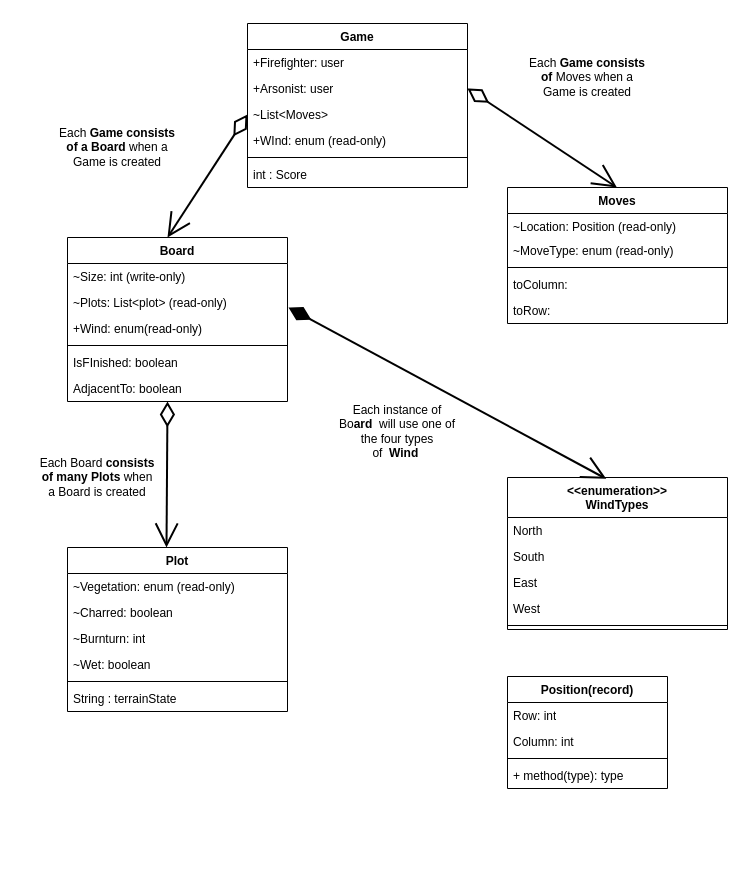
This is docs/work/Server-Firemen-UML.drawio from ddc-java-19/fireman, a draw.io file, before an edit. Source tidied: cells renumbered, new cells numbered last; positions are measured from the earlier drawing's top-left corner, leaving out a move shared by most shapes. Both pictures are drawn from the tidied source at 100%, with x=0, y=0 at pixel (37, 23).
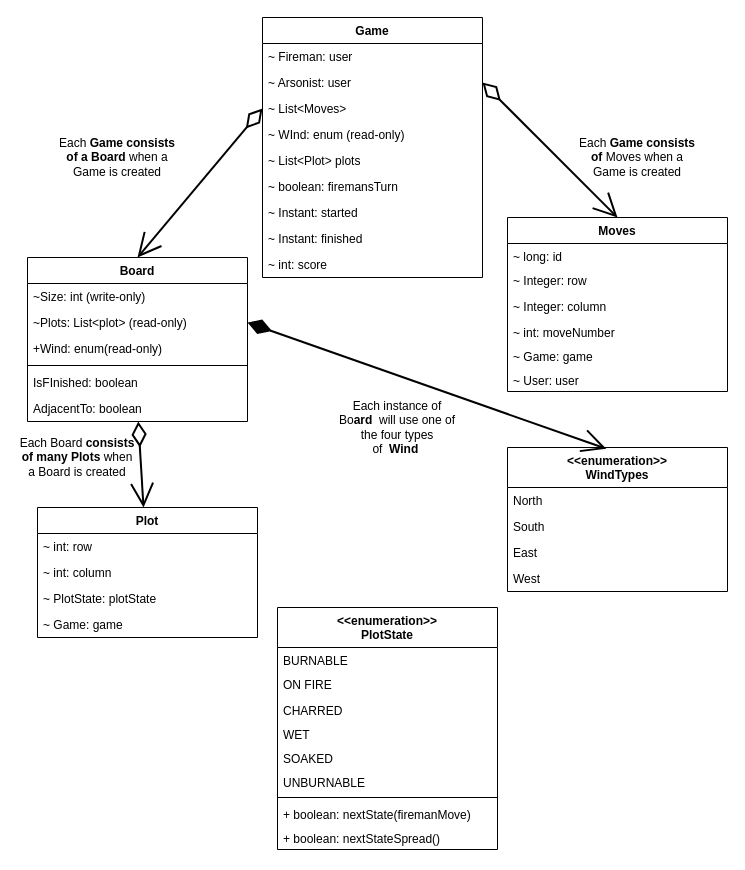
The same diagram, later.

The change refers to these unchanged cells:
```xml
<mxCell id="17" value="~Plots: List&amp;lt;plot&amp;gt; (read-only)" style="text;strokeColor=none;fillColor=none;align=left;verticalAlign=top;spacingLeft=4;spacingRight=4;overflow=hidden;points=[[0,0.5],[1,0.5]];portConstraint=eastwest;whiteSpace=wrap;html=1;" parent="15" vertex="1">
  <mxGeometry y="52" width="220" height="26" as="geometry" />
</mxCell>
<mxCell id="21" value="AdjacentTo: boolean" style="text;strokeColor=none;fillColor=none;align=left;verticalAlign=top;spacingLeft=4;spacingRight=4;overflow=hidden;points=[[0,0.5],[1,0.5]];portConstraint=eastwest;whiteSpace=wrap;html=1;" parent="15" vertex="1">
  <mxGeometry y="138" width="220" height="26" as="geometry" />
</mxCell>
```

Change to the diagram source:
```diff
@@
     <mxCell id="2" value="Moves" style="swimlane;fontStyle=1;align=center;verticalAlign=top;horizontal=1;startSize=26;whiteSpace=wrap;html=1;" parent="1" vertex="1">
-      <mxGeometry x="470" y="164" width="220" height="136" as="geometry" />
+      <mxGeometry x="470" y="194" width="220" height="174" as="geometry" />
     </mxCell>
-    <mxCell id="3" value="~Location: Position (read-only)" style="text;strokeColor=none;fillColor=none;align=left;verticalAlign=top;spacingLeft=4;spacingRight=4;overflow=hidden;whiteSpace=wrap;html=1;" parent="2" vertex="1">
+    <mxCell id="3" value="~ long: id" style="text;strokeColor=none;fillColor=none;align=left;verticalAlign=top;spacingLeft=4;spacingRight=4;overflow=hidden;whiteSpace=wrap;html=1;" parent="2" vertex="1">
       <mxGeometry y="26" width="220" height="24" as="geometry" />
     </mxCell>
-    <mxCell id="4" value="~MoveType: enum (read-only)" style="text;strokeColor=none;fillColor=none;align=left;verticalAlign=top;spacingLeft=4;spacingRight=4;overflow=hidden;whiteSpace=wrap;html=1;" parent="2" vertex="1">
-      <mxGeometry y="50" width="220" height="26" as="geometry" />
-    </mxCell>
-    <mxCell id="5" style="line;strokeWidth=1;fillColor=none;align=left;verticalAlign=middle;spacingTop=-1;spacingLeft=3;spacingRight=3;labelPosition=right;strokeColor=inherit;" parent="2" vertex="1">
-      <mxGeometry y="76" width="220" height="8" as="geometry" />
-    </mxCell>
-    <mxCell id="6" value="toColumn:" style="text;strokeColor=none;fillColor=none;align=left;verticalAlign=top;spacingLeft=4;spacingRight=4;overflow=hidden;whiteSpace=wrap;html=1;" parent="2" vertex="1">
-      <mxGeometry y="84" width="220" height="26" as="geometry" />
+    <mxCell id="6" value="~ Integer: row" style="text;strokeColor=none;fillColor=none;align=left;verticalAlign=top;spacingLeft=4;spacingRight=4;overflow=hidden;whiteSpace=wrap;html=1;" parent="2" vertex="1">
+      <mxGeometry y="50" width="220" height="26" as="geometry" />
     </mxCell>
-    <mxCell id="7" value="toRow:&amp;nbsp;" style="text;strokeColor=none;fillColor=none;align=left;verticalAlign=top;spacingLeft=4;spacingRight=4;overflow=hidden;whiteSpace=wrap;html=1;" parent="2" vertex="1">
-      <mxGeometry y="110" width="220" height="26" as="geometry" />
+    <mxCell id="7" value="~ Integer: column" style="text;strokeColor=none;fillColor=none;align=left;verticalAlign=top;spacingLeft=4;spacingRight=4;overflow=hidden;whiteSpace=wrap;html=1;" parent="2" vertex="1">
+      <mxGeometry y="76" width="220" height="26" as="geometry" />
     </mxCell>
+    <mxCell id="48" value="~ int: moveNumber" style="text;strokeColor=none;fillColor=none;align=left;verticalAlign=top;spacingLeft=4;spacingRight=4;overflow=hidden;whiteSpace=wrap;html=1;" parent="2" vertex="1">
+      <mxGeometry y="102" width="220" height="24" as="geometry" />
+    </mxCell>
+    <mxCell id="49" value="~ Game: game" style="text;strokeColor=none;fillColor=none;align=left;verticalAlign=top;spacingLeft=4;spacingRight=4;overflow=hidden;whiteSpace=wrap;html=1;" parent="2" vertex="1">
+      <mxGeometry y="126" width="220" height="24" as="geometry" />
+    </mxCell>
+    <mxCell id="50" value="~ User: user" style="text;strokeColor=none;fillColor=none;align=left;verticalAlign=top;spacingLeft=4;spacingRight=4;overflow=hidden;whiteSpace=wrap;html=1;" parent="2" vertex="1">
+      <mxGeometry y="150" width="220" height="24" as="geometry" />
+    </mxCell>
     <mxCell id="8" value="Game" style="swimlane;fontStyle=1;align=center;verticalAlign=top;horizontal=1;startSize=26;whiteSpace=wrap;html=1;" parent="1" vertex="1">
-      <mxGeometry x="210" width="220" height="164" as="geometry" />
+      <mxGeometry x="225" y="-6" width="220" height="260" as="geometry" />
     </mxCell>
-    <mxCell id="9" value="+Firefighter: user" style="text;strokeColor=none;fillColor=none;align=left;verticalAlign=top;spacingLeft=4;spacingRight=4;overflow=hidden;whiteSpace=wrap;html=1;" parent="8" vertex="1">
+    <mxCell id="9" value="~ Fireman: user" style="text;strokeColor=none;fillColor=none;align=left;verticalAlign=top;spacingLeft=4;spacingRight=4;overflow=hidden;whiteSpace=wrap;html=1;" parent="8" vertex="1">
       <mxGeometry y="26" width="220" height="26" as="geometry" />
     </mxCell>
-    <mxCell id="10" value="+Arsonist: user" style="text;strokeColor=none;fillColor=none;align=left;verticalAlign=top;spacingLeft=4;spacingRight=4;overflow=hidden;points=[[0,0.5],[1,0.5]];portConstraint=eastwest;whiteSpace=wrap;html=1;" parent="8" vertex="1">
+    <mxCell id="10" value="~ Arsonist: user" style="text;strokeColor=none;fillColor=none;align=left;verticalAlign=top;spacingLeft=4;spacingRight=4;overflow=hidden;points=[[0,0.5],[1,0.5]];portConstraint=eastwest;whiteSpace=wrap;html=1;" parent="8" vertex="1">
       <mxGeometry y="52" width="220" height="26" as="geometry" />
     </mxCell>
-    <mxCell id="11" value="~List&amp;lt;Moves&amp;gt;" style="text;strokeColor=none;fillColor=none;align=left;verticalAlign=top;spacingLeft=4;spacingRight=4;overflow=hidden;points=[[0,0.5],[1,0.5]];portConstraint=eastwest;whiteSpace=wrap;html=1;" parent="8" vertex="1">
+    <mxCell id="11" value="~ List&amp;lt;Moves&amp;gt;" style="text;strokeColor=none;fillColor=none;align=left;verticalAlign=top;spacingLeft=4;spacingRight=4;overflow=hidden;points=[[0,0.5],[1,0.5]];portConstraint=eastwest;whiteSpace=wrap;html=1;" parent="8" vertex="1">
       <mxGeometry y="78" width="220" height="26" as="geometry" />
     </mxCell>
-    <mxCell id="12" value="+WInd: enum (read-only)" style="text;strokeColor=none;fillColor=none;align=left;verticalAlign=top;spacingLeft=4;spacingRight=4;overflow=hidden;whiteSpace=wrap;html=1;" parent="8" vertex="1">
+    <mxCell id="12" value="~ WInd: enum (read-only)" style="text;strokeColor=none;fillColor=none;align=left;verticalAlign=top;spacingLeft=4;spacingRight=4;overflow=hidden;whiteSpace=wrap;html=1;" parent="8" vertex="1">
       <mxGeometry y="104" width="220" height="26" as="geometry" />
     </mxCell>
-    <mxCell id="13" style="line;strokeWidth=1;fillColor=none;align=left;verticalAlign=middle;spacingTop=-1;spacingLeft=3;spacingRight=3;labelPosition=right;strokeColor=inherit;" parent="8" vertex="1">
-      <mxGeometry y="130" width="220" height="8" as="geometry" />
-    </mxCell>
-    <mxCell id="14" value="int : Score" style="text;strokeColor=none;fillColor=none;align=left;verticalAlign=top;spacingLeft=4;spacingRight=4;overflow=hidden;whiteSpace=wrap;html=1;" parent="8" vertex="1">
-      <mxGeometry y="138" width="220" height="26" as="geometry" />
-    </mxCell>
+    <mxCell id="51" value="~ List&amp;lt;Plot&amp;gt; plots" style="text;strokeColor=none;fillColor=none;align=left;verticalAlign=top;spacingLeft=4;spacingRight=4;overflow=hidden;whiteSpace=wrap;html=1;" parent="8" vertex="1">
+      <mxGeometry y="130" width="220" height="26" as="geometry" />
+    </mxCell>
+    <mxCell id="52" value="~ boolean: firemansTurn" style="text;strokeColor=none;fillColor=none;align=left;verticalAlign=top;spacingLeft=4;spacingRight=4;overflow=hidden;whiteSpace=wrap;html=1;" parent="8" vertex="1">
+      <mxGeometry y="156" width="220" height="26" as="geometry" />
+    </mxCell>
+    <mxCell id="53" value="~ Instant: started" style="text;strokeColor=none;fillColor=none;align=left;verticalAlign=top;spacingLeft=4;spacingRight=4;overflow=hidden;whiteSpace=wrap;html=1;" parent="8" vertex="1">
+      <mxGeometry y="182" width="220" height="26" as="geometry" />
+    </mxCell>
+    <mxCell id="54" value="~ Instant: finished" style="text;strokeColor=none;fillColor=none;align=left;verticalAlign=top;spacingLeft=4;spacingRight=4;overflow=hidden;whiteSpace=wrap;html=1;" parent="8" vertex="1">
+      <mxGeometry y="208" width="220" height="26" as="geometry" />
+    </mxCell>
+    <mxCell id="55" value="~ int: score" style="text;strokeColor=none;fillColor=none;align=left;verticalAlign=top;spacingLeft=4;spacingRight=4;overflow=hidden;whiteSpace=wrap;html=1;" parent="8" vertex="1">
+      <mxGeometry y="234" width="220" height="26" as="geometry" />
+    </mxCell>
     <mxCell id="15" value="Board" style="swimlane;fontStyle=1;align=center;verticalAlign=top;horizontal=1;startSize=26;whiteSpace=wrap;html=1;" parent="1" vertex="1">
-      <mxGeometry x="30" y="214" width="220" height="164" as="geometry" />
+      <mxGeometry x="-10" y="234" width="220" height="164" as="geometry" />
     </mxCell>
@@
     <mxCell id="22" value="Plot" style="swimlane;fontStyle=1;align=center;verticalAlign=top;horizontal=1;startSize=26;whiteSpace=wrap;html=1;" parent="1" vertex="1">
-      <mxGeometry x="30" y="524" width="220" height="164" as="geometry" />
+      <mxGeometry y="484" width="220" height="130" as="geometry" />
     </mxCell>
-    <mxCell id="23" value="~Vegetation: enum (read-only)" style="text;strokeColor=none;fillColor=none;align=left;verticalAlign=top;spacingLeft=4;spacingRight=4;overflow=hidden;whiteSpace=wrap;html=1;" parent="22" vertex="1">
+    <mxCell id="23" value="~ int: row" style="text;strokeColor=none;fillColor=none;align=left;verticalAlign=top;spacingLeft=4;spacingRight=4;overflow=hidden;whiteSpace=wrap;html=1;" parent="22" vertex="1">
       <mxGeometry y="26" width="220" height="26" as="geometry" />
     </mxCell>
-    <mxCell id="24" value="~Charred: boolean" style="text;strokeColor=none;fillColor=none;align=left;verticalAlign=top;spacingLeft=4;spacingRight=4;overflow=hidden;whiteSpace=wrap;html=1;" parent="22" vertex="1">
+    <mxCell id="24" value="~ int: column" style="text;strokeColor=none;fillColor=none;align=left;verticalAlign=top;spacingLeft=4;spacingRight=4;overflow=hidden;whiteSpace=wrap;html=1;" parent="22" vertex="1">
       <mxGeometry y="52" width="220" height="26" as="geometry" />
     </mxCell>
-    <mxCell id="25" value="~Burnturn: int" style="text;strokeColor=none;fillColor=none;align=left;verticalAlign=top;spacingLeft=4;spacingRight=4;overflow=hidden;whiteSpace=wrap;html=1;" parent="22" vertex="1">
+    <mxCell id="25" value="~ PlotState: plotState" style="text;strokeColor=none;fillColor=none;align=left;verticalAlign=top;spacingLeft=4;spacingRight=4;overflow=hidden;whiteSpace=wrap;html=1;" parent="22" vertex="1">
       <mxGeometry y="78" width="220" height="26" as="geometry" />
     </mxCell>
-    <mxCell id="26" value="~Wet: boolean" style="text;strokeColor=none;fillColor=none;align=left;verticalAlign=top;spacingLeft=4;spacingRight=4;overflow=hidden;whiteSpace=wrap;html=1;" parent="22" vertex="1">
+    <mxCell id="26" value="~ Game: game" style="text;strokeColor=none;fillColor=none;align=left;verticalAlign=top;spacingLeft=4;spacingRight=4;overflow=hidden;whiteSpace=wrap;html=1;" parent="22" vertex="1">
       <mxGeometry y="104" width="220" height="26" as="geometry" />
     </mxCell>
-    <mxCell id="27" style="line;strokeWidth=1;fillColor=none;align=left;verticalAlign=middle;spacingTop=-1;spacingLeft=3;spacingRight=3;labelPosition=right;strokeColor=inherit;" parent="22" vertex="1">
-      <mxGeometry y="130" width="220" height="8" as="geometry" />
-    </mxCell>
-    <mxCell id="28" value="String : terrainState" style="text;strokeColor=none;fillColor=none;align=left;verticalAlign=top;spacingLeft=4;spacingRight=4;overflow=hidden;whiteSpace=wrap;html=1;" parent="22" vertex="1">
-      <mxGeometry y="138" width="220" height="26" as="geometry" />
-    </mxCell>
-    <mxCell id="29" value="Position(record)" style="swimlane;fontStyle=1;align=center;verticalAlign=top;horizontal=1;startSize=26;whiteSpace=wrap;html=1;" parent="1" vertex="1">
-      <mxGeometry x="470" y="653" width="160" height="112" as="geometry" />
-    </mxCell>
-    <mxCell id="30" value="Row: int" style="text;strokeColor=none;fillColor=none;align=left;verticalAlign=top;spacingLeft=4;spacingRight=4;overflow=hidden;whiteSpace=wrap;html=1;" parent="29" vertex="1">
-      <mxGeometry y="26" width="160" height="26" as="geometry" />
-    </mxCell>
-    <mxCell id="31" value="Column: int" style="text;strokeColor=none;fillColor=none;align=left;verticalAlign=top;spacingLeft=4;spacingRight=4;overflow=hidden;whiteSpace=wrap;html=1;" parent="29" vertex="1">
-      <mxGeometry y="52" width="160" height="26" as="geometry" />
-    </mxCell>
-    <mxCell id="32" style="line;strokeWidth=1;fillColor=none;align=left;verticalAlign=middle;spacingTop=-1;spacingLeft=3;spacingRight=3;labelPosition=right;strokeColor=inherit;" parent="29" vertex="1">
-      <mxGeometry y="78" width="160" height="8" as="geometry" />
-    </mxCell>
-    <mxCell id="33" value="+ method(type): type" style="text;strokeColor=none;fillColor=none;align=left;verticalAlign=top;spacingLeft=4;spacingRight=4;overflow=hidden;whiteSpace=wrap;html=1;" parent="29" vertex="1">
-      <mxGeometry y="86" width="160" height="26" as="geometry" />
-    </mxCell>
-    <mxCell id="34" style="endArrow=open;html=1;rounded=0;exitX=1;exitY=0.5;exitDx=0;exitDy=0;startArrow=diamondThin;startFill=0;strokeWidth=2;targetPerimeterSpacing=0;endSize=20;startSize=20;endFill=0;" parent="1" edge="1">
-      <mxGeometry relative="1" as="geometry">
-        <mxPoint x="130" y="378" as="sourcePoint" />
-        <mxPoint x="129" y="524" as="targetPoint" />
-      </mxGeometry>
+    <mxCell id="34" style="endArrow=open;html=1;rounded=0;startArrow=diamondThin;startFill=0;strokeWidth=2;targetPerimeterSpacing=0;endSize=20;startSize=20;endFill=0;" parent="1" edge="1" source="21" target="22">
+      <mxGeometry relative="1" as="geometry" />
     </mxCell>
     <mxCell id="35" value="&amp;lt;&amp;lt;enumeration&amp;gt;&amp;gt;&lt;div&gt;WindTypes&lt;/div&gt;" style="swimlane;fontStyle=1;align=center;verticalAlign=top;horizontal=1;startSize=40;whiteSpace=wrap;html=1;" parent="1" vertex="1">
-      <mxGeometry x="470" y="454" width="220" height="152" as="geometry" />
+      <mxGeometry x="470" y="424" width="220" height="144" as="geometry" />
     </mxCell>
@@
-    <mxCell id="40" style="line;strokeWidth=1;fillColor=none;align=left;verticalAlign=middle;spacingTop=-1;spacingLeft=3;spacingRight=3;labelPosition=right;strokeColor=inherit;" parent="35" vertex="1">
-      <mxGeometry y="144" width="220" height="8" as="geometry" />
-    </mxCell>
-    <mxCell id="41" style="endArrow=open;html=1;rounded=0;exitX=0;exitY=0.5;exitDx=0;exitDy=0;startArrow=diamondThin;startFill=0;strokeWidth=2;targetPerimeterSpacing=0;endSize=20;startSize=20;endFill=0;" parent="1" edge="1" source="11">
-      <mxGeometry relative="1" as="geometry">
-        <mxPoint x="130" y="214" as="targetPoint" />
-      </mxGeometry>
+    <mxCell id="41" style="endArrow=open;html=1;rounded=0;exitX=0;exitY=0.5;exitDx=0;exitDy=0;startArrow=diamondThin;startFill=0;strokeWidth=2;targetPerimeterSpacing=0;endSize=20;startSize=20;endFill=0;entryX=0.5;entryY=0;entryDx=0;entryDy=0;" parent="1" edge="1" source="11" target="15">
+      <mxGeometry relative="1" as="geometry" />
     </mxCell>
-    <mxCell id="42" style="endArrow=open;html=1;rounded=0;exitX=1;exitY=0.5;exitDx=0;exitDy=0;startArrow=diamondThin;startFill=0;strokeWidth=2;targetPerimeterSpacing=0;endSize=20;startSize=20;endFill=0;" parent="1" edge="1" source="10">
-      <mxGeometry relative="1" as="geometry">
-        <mxPoint x="579.4" y="164" as="targetPoint" />
-      </mxGeometry>
+    <mxCell id="42" style="endArrow=open;html=1;rounded=0;exitX=1;exitY=0.5;exitDx=0;exitDy=0;startArrow=diamondThin;startFill=0;strokeWidth=2;targetPerimeterSpacing=0;endSize=20;startSize=20;endFill=0;entryX=0.5;entryY=0;entryDx=0;entryDy=0;" parent="1" edge="1" source="10" target="2">
+      <mxGeometry relative="1" as="geometry" />
     </mxCell>
-    <mxCell id="43" style="endArrow=open;html=1;rounded=0;exitX=1;exitY=0.5;exitDx=0;exitDy=0;startArrow=diamondThin;startFill=1;strokeWidth=2;targetPerimeterSpacing=0;endSize=20;startSize=20;endFill=0;entryX=0.449;entryY=0.009;entryDx=0;entryDy=0;entryPerimeter=0;" parent="1" edge="1" target="35">
-      <mxGeometry relative="1" as="geometry">
-        <mxPoint x="251" y="284" as="sourcePoint" />
-      </mxGeometry>
+    <mxCell id="43" style="endArrow=open;html=1;rounded=0;exitX=1;exitY=0.5;exitDx=0;exitDy=0;startArrow=diamondThin;startFill=1;strokeWidth=2;targetPerimeterSpacing=0;endSize=20;startSize=20;endFill=0;entryX=0.449;entryY=0.009;entryDx=0;entryDy=0;entryPerimeter=0;" parent="1" edge="1" source="17" target="35">
+      <mxGeometry relative="1" as="geometry" />
     </mxCell>
     <mxCell id="44" value="Each instance of Bo&lt;b&gt;ard&amp;nbsp;&lt;/b&gt;&amp;nbsp;will use one of the four types of&amp;nbsp;&lt;b&gt;&amp;nbsp;Wind&lt;/b&gt;&amp;nbsp;" style="whiteSpace=wrap;html=1;fillColor=none;strokeColor=none;" parent="1" vertex="1">
-      <mxGeometry x="300" y="378" width="120" height="60" as="geometry" />
+      <mxGeometry x="300" y="374" width="120" height="60" as="geometry" />
     </mxCell>
     <mxCell id="45" value="Each &lt;b&gt;Game consists of &lt;/b&gt;Moves when a Game is created&lt;span style=&quot;color: rgba(0, 0, 0, 0); font-family: monospace; font-size: 0px; text-align: start; text-wrap-mode: nowrap;&quot;&gt;%3CmxGraphModel%3E%3Croot%3E%3CmxCell%20id%3D%220%22%2F%3E%3CmxCell%20id%3D%221%22%20parent%3D%220%22%2F%3E%3CmxCell%20id%3D%222%22%20value%3D%22%22%20style%3D%22endArrow%3Dopen%3Bhtml%3D1%3Brounded%3D0%3BexitX%3D1%3BexitY%3D0.5%3BexitDx%3D0%3BexitDy%3D0%3BstartArrow%3DdiamondThin%3BstartFill%3D0%3BstrokeWidth%3D2%3BtargetPerimeterSpacing%3D0%3BendSize%3D20%3BstartSize%3D20%3BendFill%3D0%3B%22%20edge%3D%221%22%20parent%3D%221%22%3E%3CmxGeometry%20width%3D%2250%22%20height%3D%2250%22%20relative%3D%221%22%20as%3D%22geometry%22%3E%3CmxPoint%20x%3D%22220%22%20y%3D%22404%22%20as%3D%22sourcePoint%22%2F%3E%3CmxPoint%20x%3D%22219%22%20y%3D%22550%22%20as%3D%22targetPoint%22%2F%3E%3C%2FmxGeometry%3E%3C%2FmxCell%3E%3C%2Froot%3E%3C%2FmxGraphModel%3E&lt;b&gt;Moves&lt;/b&gt;&lt;/span&gt;" style="whiteSpace=wrap;html=1;strokeColor=none;fillColor=none;" parent="1" vertex="1">
-      <mxGeometry x="490" y="24" width="120" height="60" as="geometry" />
+      <mxGeometry x="540" y="104" width="120" height="60" as="geometry" />
     </mxCell>
     <mxCell id="46" value="Each &lt;b&gt;Game consists of a Board&lt;/b&gt;&amp;nbsp;when a Game is created&lt;span style=&quot;color: rgba(0, 0, 0, 0); font-family: monospace; font-size: 0px; text-align: start; text-wrap-mode: nowrap;&quot;&gt;%3CmxGraphModel%3E%3Croot%3E%3CmxCell%20id%3D%220%22%2F%3E%3CmxCell%20id%3D%221%22%20parent%3D%220%22%2F%3E%3CmxCell%20id%3D%222%22%20value%3D%22%22%20style%3D%22endArrow%3Dopen%3Bhtml%3D1%3Brounded%3D0%3BexitX%3D1%3BexitY%3D0.5%3BexitDx%3D0%3BexitDy%3D0%3BstartArrow%3DdiamondThin%3BstartFill%3D0%3BstrokeWidth%3D2%3BtargetPerimeterSpacing%3D0%3BendSize%3D20%3BstartSize%3D20%3BendFill%3D0%3B%22%20edge%3D%221%22%20parent%3D%221%22%3E%3CmxGeometry%20width%3D%2250%22%20height%3D%2250%22%20relative%3D%221%22%20as%3D%22geometry%22%3E%3CmxPoint%20x%3D%22220%22%20y%3D%22404%22%20as%3D%22sourcePoint%22%2F%3E%3CmxPoint%20x%3D%22219%22%20y%3D%22550%22%20as%3D%22targetPoint%22%2F%3E%3C%2FmxGeometry%3E%3C%2FmxCell%3E%3C%2Froot%3E%3C%2FmxGraphModel%3E&lt;b&gt;Moves&lt;/b&gt;&lt;/span&gt;" style="whiteSpace=wrap;html=1;strokeColor=none;fillColor=none;" parent="1" vertex="1">
-      <mxGeometry x="20" y="94" width="120" height="60" as="geometry" />
+      <mxGeometry x="20" y="104" width="120" height="60" as="geometry" />
     </mxCell>
     <mxCell id="47" value="Each Board&lt;b&gt;&amp;nbsp;consists of many Plots&lt;/b&gt;&amp;nbsp;when a Board is created&lt;span style=&quot;color: rgba(0, 0, 0, 0); font-family: monospace; font-size: 0px; text-align: start; text-wrap-mode: nowrap;&quot;&gt;%3CmxGraphModel%3E%3Croot%3E%3CmxCell%20id%3D%220%22%2F%3E%3CmxCell%20id%3D%221%22%20parent%3D%220%22%2F%3E%3CmxCell%20id%3D%222%22%20value%3D%22%22%20style%3D%22endArrow%3Dopen%3Bhtml%3D1%3Brounded%3D0%3BexitX%3D1%3BexitY%3D0.5%3BexitDx%3D0%3BexitDy%3D0%3BstartArrow%3DdiamondThin%3BstartFill%3D0%3BstrokeWidth%3D2%3BtargetPerimeterSpacing%3D0%3BendSize%3D20%3BstartSize%3D20%3BendFill%3D0%3B%22%20edge%3D%221%22%20parent%3D%221%22%3E%3CmxGeometry%20width%3D%2250%22%20height%3D%2250%22%20relative%3D%221%22%20as%3D%22geometry%22%3E%3CmxPoint%20x%3D%22220%22%20y%3D%22404%22%20as%3D%22sourcePoint%22%2F%3E%3CmxPoint%20x%3D%22219%22%20y%3D%22550%22%20as%3D%22targetPoint%22%2F%3E%3C%2FmxGeometry%3E%3C%2FmxCell%3E%3C%2Froot%3E%3C%2FmxGraphModel%3E&lt;b&gt;Moves&lt;/b&gt;&lt;/span&gt;" style="whiteSpace=wrap;html=1;strokeColor=none;fillColor=none;" parent="1" vertex="1">
-      <mxGeometry y="424" width="120" height="60" as="geometry" />
+      <mxGeometry x="-20" y="404" width="120" height="60" as="geometry" />
     </mxCell>
+    <mxCell id="56" value="&lt;div&gt;&amp;lt;&amp;lt;enumeration&amp;gt;&amp;gt;&lt;/div&gt;PlotState" style="swimlane;fontStyle=1;align=center;verticalAlign=top;horizontal=1;startSize=40;whiteSpace=wrap;html=1;" parent="1" vertex="1">
+      <mxGeometry x="240" y="584" width="220" height="242" as="geometry" />
+    </mxCell>
+    <mxCell id="57" value="BURNABLE" style="text;strokeColor=none;fillColor=none;align=left;verticalAlign=top;spacingLeft=4;spacingRight=4;overflow=hidden;whiteSpace=wrap;html=1;" parent="56" vertex="1">
+      <mxGeometry y="40" width="220" height="24" as="geometry" />
+    </mxCell>
+    <mxCell id="58" value="ON FIRE" style="text;strokeColor=none;fillColor=none;align=left;verticalAlign=top;spacingLeft=4;spacingRight=4;overflow=hidden;whiteSpace=wrap;html=1;" parent="56" vertex="1">
+      <mxGeometry y="64" width="220" height="26" as="geometry" />
+    </mxCell>
+    <mxCell id="59" value="CHARRED" style="text;strokeColor=none;fillColor=none;align=left;verticalAlign=top;spacingLeft=4;spacingRight=4;overflow=hidden;whiteSpace=wrap;html=1;" parent="56" vertex="1">
+      <mxGeometry y="90" width="220" height="24" as="geometry" />
+    </mxCell>
+    <mxCell id="60" value="WET" style="text;strokeColor=none;fillColor=none;align=left;verticalAlign=top;spacingLeft=4;spacingRight=4;overflow=hidden;whiteSpace=wrap;html=1;" parent="56" vertex="1">
+      <mxGeometry y="114" width="220" height="24" as="geometry" />
+    </mxCell>
+    <mxCell id="61" value="SOAKED" style="text;strokeColor=none;fillColor=none;align=left;verticalAlign=top;spacingLeft=4;spacingRight=4;overflow=hidden;whiteSpace=wrap;html=1;" parent="56" vertex="1">
+      <mxGeometry y="138" width="220" height="24" as="geometry" />
+    </mxCell>
+    <mxCell id="62" value="UNBURNABLE" style="text;strokeColor=none;fillColor=none;align=left;verticalAlign=top;spacingLeft=4;spacingRight=4;overflow=hidden;whiteSpace=wrap;html=1;" parent="56" vertex="1">
+      <mxGeometry y="162" width="220" height="24" as="geometry" />
+    </mxCell>
+    <mxCell id="63" style="line;strokeWidth=1;fillColor=none;align=left;verticalAlign=middle;spacingTop=-1;spacingLeft=3;spacingRight=3;labelPosition=right;strokeColor=inherit;" parent="56" vertex="1">
+      <mxGeometry y="186" width="220" height="8" as="geometry" />
+    </mxCell>
+    <mxCell id="64" value="+ boolean: nextState(firemanMove)" style="text;strokeColor=none;fillColor=none;align=left;verticalAlign=top;spacingLeft=4;spacingRight=4;overflow=hidden;whiteSpace=wrap;html=1;" parent="56" vertex="1">
+      <mxGeometry y="194" width="220" height="24" as="geometry" />
+    </mxCell>
+    <mxCell id="65" value="+ boolean: nextStateSpread()" style="text;strokeColor=none;fillColor=none;align=left;verticalAlign=top;spacingLeft=4;spacingRight=4;overflow=hidden;whiteSpace=wrap;html=1;" parent="56" vertex="1">
+      <mxGeometry y="218" width="220" height="24" as="geometry" />
+    </mxCell>
```
